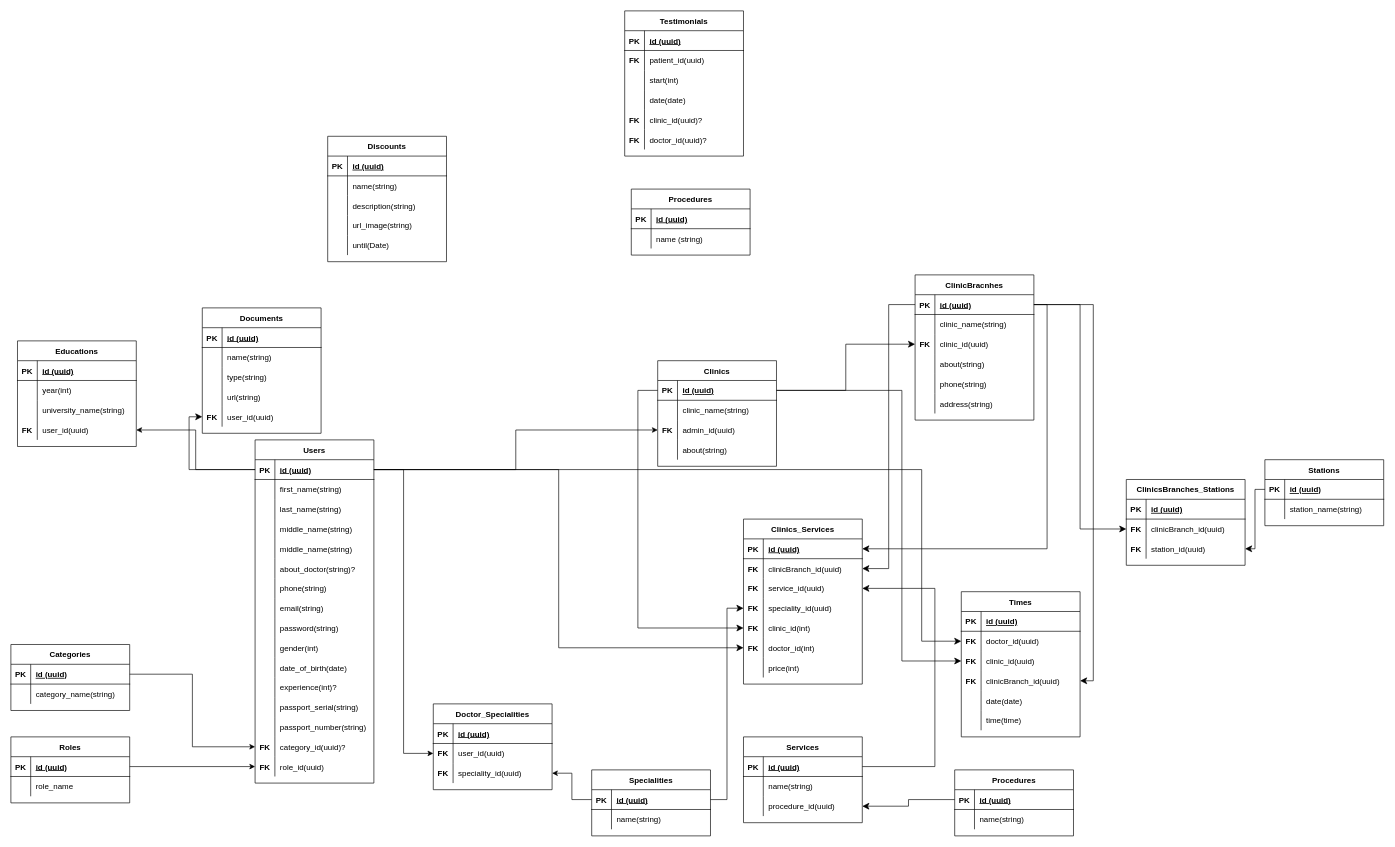
Above: Untitled Diagram.drawio in fao30/sector (draw.io), before the change. Source tidied: cells renumbered, new cells numbered last; positions are measured from the earlier drawing's top-left corner, leaving out a move shared by most shapes. Both pictures are drawn from the tidied source at 66%, with x=0, y=0 at pixel (11, 11).
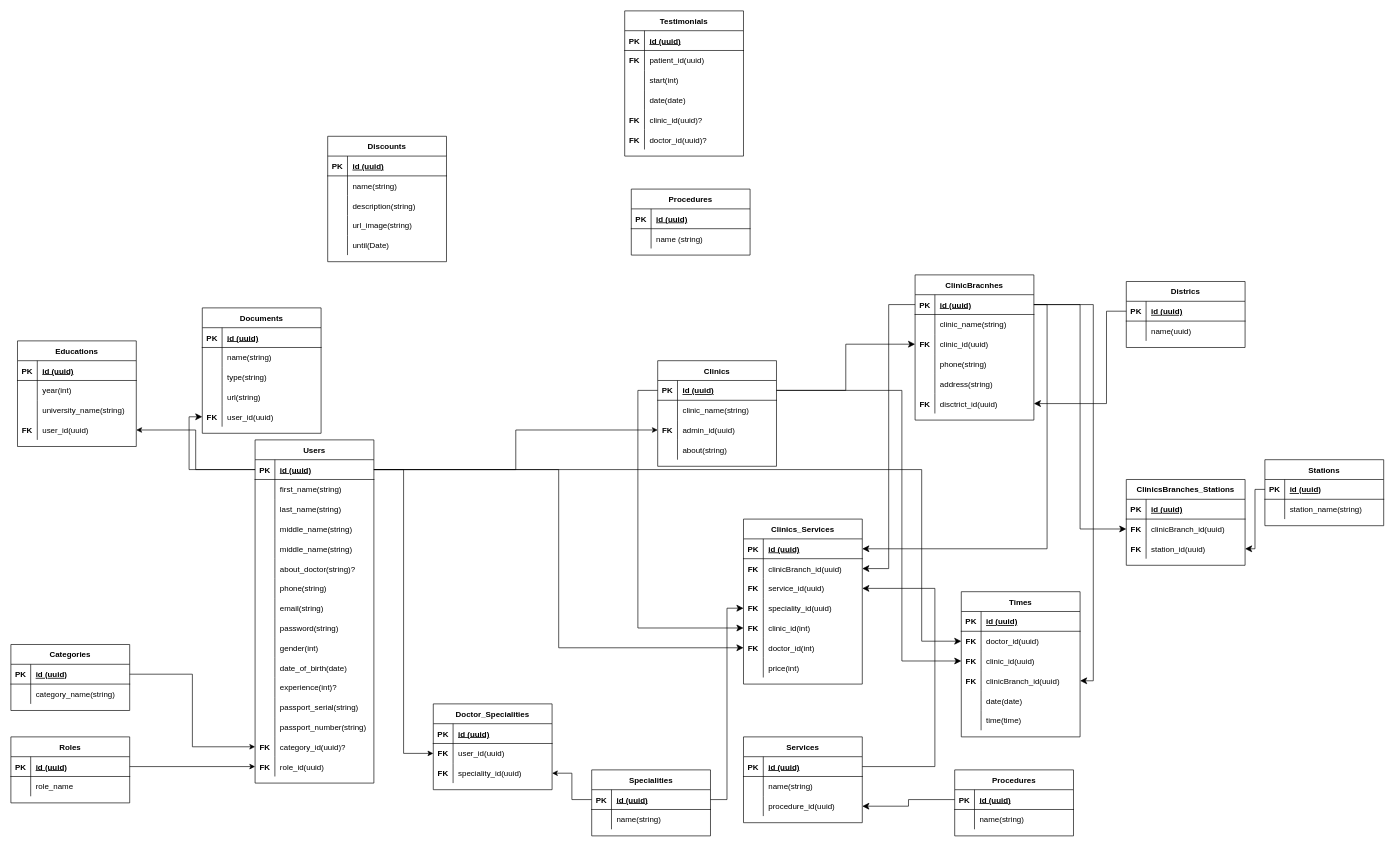
Above is the later version.

The change refers to these unchanged cells:
```xml
<mxCell id="88" value="ClinicBracnhes" style="shape=table;startSize=30;childLayout=tableLayout;rowLines=0;fontStyle=1;align=center;" parent="1" vertex="1">
  <mxGeometry x="1370" y="400" width="180" height="220" as="geometry" />
</mxCell>
```

The edit, as a diff of the source:
```diff
@@
-    <mxCell id="98" style="shape=tableRow;horizontal=0;startSize=0;swimlaneHead=0;swimlaneBody=0;fillColor=none;top=0;left=0;right=0;bottom=0;" parent="88" vertex="1">
-      <mxGeometry y="120" width="180" height="30" as="geometry" />
-    </mxCell>
-    <mxCell id="99" style="shape=partialRectangle;fillColor=none;top=0;left=0;bottom=0;right=0;overflow=hidden;" parent="98" vertex="1">
-      <mxGeometry width="30" height="30" as="geometry" />
-    </mxCell>
-    <mxCell id="100" value="about(string)" style="shape=partialRectangle;fillColor=none;top=0;left=0;bottom=0;right=0;align=left;spacingLeft=6;overflow=hidden;" parent="98" vertex="1">
-      <mxGeometry x="30" width="150" height="30" as="geometry" />
-    </mxCell>
     <mxCell id="101" style="shape=tableRow;horizontal=0;startSize=0;swimlaneHead=0;swimlaneBody=0;fillColor=none;top=0;left=0;right=0;bottom=0;" parent="88" vertex="1">
-      <mxGeometry y="150" width="180" height="30" as="geometry" />
+      <mxGeometry y="120" width="180" height="30" as="geometry" />
     </mxCell>
@@
     <mxCell id="104" style="shape=tableRow;horizontal=0;startSize=0;swimlaneHead=0;swimlaneBody=0;fillColor=none;top=0;left=0;right=0;bottom=0;" parent="88" vertex="1">
-      <mxGeometry y="180" width="180" height="30" as="geometry" />
+      <mxGeometry y="150" width="180" height="30" as="geometry" />
     </mxCell>
@@
+    <mxCell id="280" style="shape=tableRow;horizontal=0;startSize=0;swimlaneHead=0;swimlaneBody=0;fillColor=none;points=[[0,0.5],[1,0.5]];portConstraint=eastwest;top=0;left=0;right=0;bottom=0;" parent="88" vertex="1">
+      <mxGeometry y="180" width="180" height="30" as="geometry" />
+    </mxCell>
+    <mxCell id="281" value="FK" style="shape=partialRectangle;fillColor=none;top=0;left=0;bottom=0;right=0;overflow=hidden;fontStyle=1;" parent="280" vertex="1">
+      <mxGeometry width="30" height="30" as="geometry" />
+    </mxCell>
+    <mxCell id="282" value="disctrict_id(uuid)" style="shape=partialRectangle;fillColor=none;top=0;left=0;bottom=0;right=0;align=left;spacingLeft=6;overflow=hidden;" parent="280" vertex="1">
+      <mxGeometry x="30" width="150" height="30" as="geometry" />
+    </mxCell>
@@
+    <mxCell id="283" value="Districs" style="shape=table;startSize=30;childLayout=tableLayout;rowLines=0;fontStyle=1;align=center;" parent="1" vertex="1">
+      <mxGeometry x="1690" y="410" width="180" height="100" as="geometry" />
+    </mxCell>
+    <mxCell id="284" style="shape=tableRow;horizontal=0;startSize=0;swimlaneHead=0;swimlaneBody=0;fillColor=none;points=[[0,0.5],[1,0.5]];portConstraint=eastwest;top=0;left=0;right=0;bottom=1;" parent="283" vertex="1">
+      <mxGeometry y="30" width="180" height="30" as="geometry" />
+    </mxCell>
+    <mxCell id="285" value="PK" style="shape=partialRectangle;fillColor=none;top=0;left=0;bottom=0;right=0;fontStyle=1;overflow=hidden;" parent="284" vertex="1">
+      <mxGeometry width="30" height="30" as="geometry" />
+    </mxCell>
+    <mxCell id="286" value="id (uuid)" style="shape=partialRectangle;fillColor=none;top=0;left=0;bottom=0;right=0;align=left;spacingLeft=6;fontStyle=5;overflow=hidden;" parent="284" vertex="1">
+      <mxGeometry x="30" width="150" height="30" as="geometry" />
+    </mxCell>
+    <mxCell id="287" style="shape=tableRow;horizontal=0;startSize=0;swimlaneHead=0;swimlaneBody=0;fillColor=none;top=0;left=0;right=0;bottom=0;" parent="283" vertex="1">
+      <mxGeometry y="60" width="180" height="30" as="geometry" />
+    </mxCell>
+    <mxCell id="288" style="shape=partialRectangle;fillColor=none;top=0;left=0;bottom=0;right=0;overflow=hidden;fontStyle=1;" parent="287" vertex="1">
+      <mxGeometry width="30" height="30" as="geometry" />
+    </mxCell>
+    <mxCell id="289" value="name(uuid)" style="shape=partialRectangle;fillColor=none;top=0;left=0;bottom=0;right=0;align=left;spacingLeft=6;overflow=hidden;" parent="287" vertex="1">
+      <mxGeometry x="30" width="150" height="30" as="geometry" />
+    </mxCell>
+    <mxCell id="290" style="edgeStyle=elbowEdgeStyle;rounded=0;jettySize=auto;html=1;exitX=0;exitY=0.5;exitDx=0;exitDy=0;entryX=1;entryY=0.5;entryDx=0;entryDy=0;fontSize=12;startSize=8;endSize=8;" parent="1" edge="1" source="284" target="280">
+      <mxGeometry relative="1" as="geometry">
+        <Array as="points">
+          <mxPoint x="1660" y="520" />
+        </Array>
+      </mxGeometry>
+    </mxCell>
```
